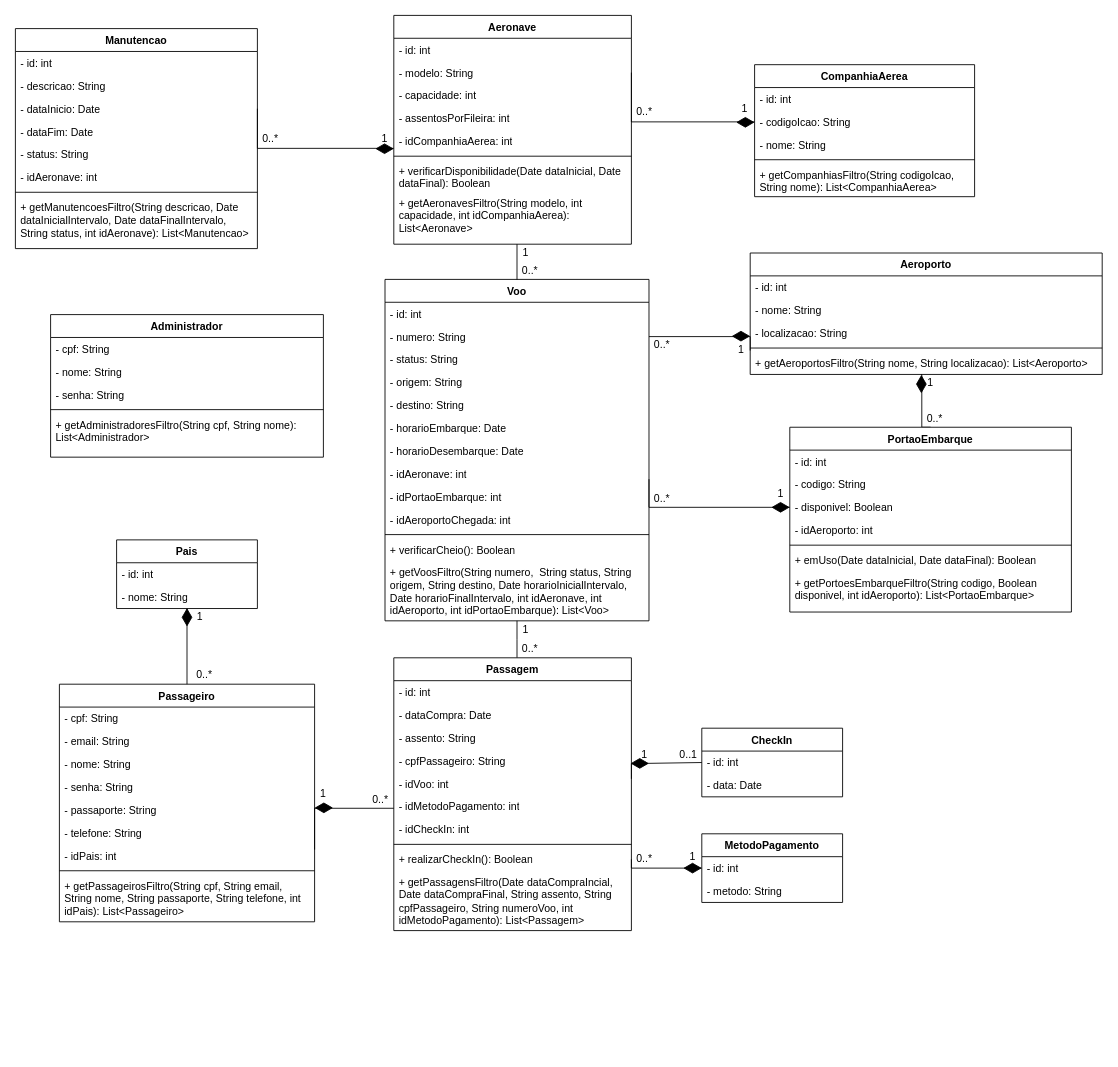
Before: Diagramas/Eng_de_Software/Modelos/Classes.drawio in GabrielGMori/trabalho-conclus-o-ano, a draw.io diagram. Source tidied: cells renumbered, new cells numbered last; positions are measured from the earlier drawing's top-left corner, leaving out a move shared by most shapes. Both pictures are drawn from the tidied source at 88%, with x=0, y=0 at pixel (15, 15).
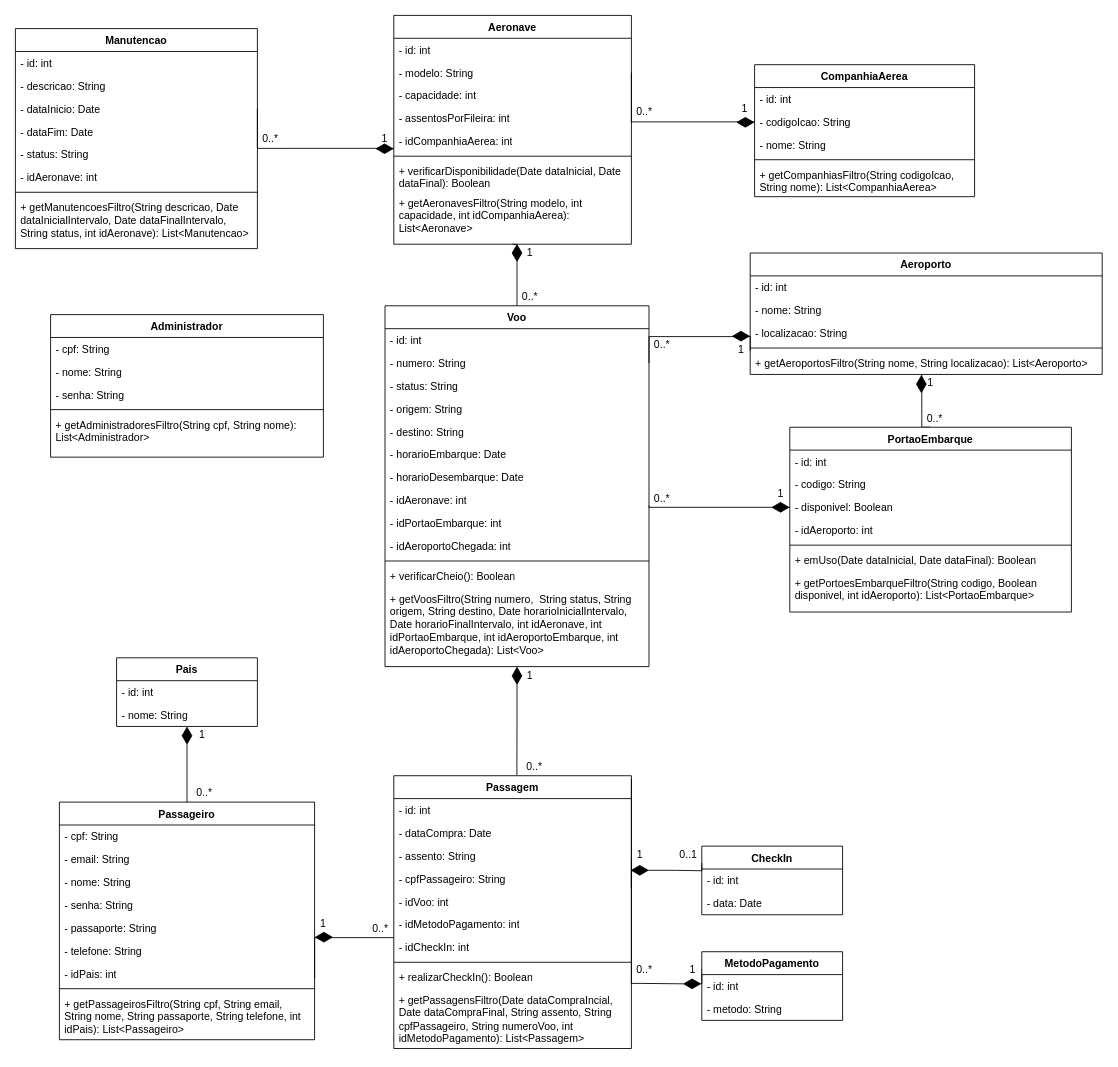
After the change.

The change refers to these unchanged cells:
```xml
<mxCell id="12" value="Aeronave" style="swimlane;fontStyle=1;align=center;verticalAlign=top;horizontal=1;startSize=26;whiteSpace=wrap;html=1;" parent="1" vertex="1">
  <mxGeometry x="430" width="270" height="260" as="geometry" />
</mxCell>
<mxCell id="71" value="- id: int" style="text;strokeColor=none;fillColor=none;align=left;verticalAlign=top;spacingLeft=4;spacingRight=4;overflow=hidden;points=[[0,0.5],[1,0.5]];portConstraint=eastwest;whiteSpace=wrap;html=1;" parent="70" vertex="1">
  <mxGeometry y="26" width="160" height="26" as="geometry" />
</mxCell>
<mxCell id="74" value="- id: int" style="text;strokeColor=none;fillColor=none;align=left;verticalAlign=top;spacingLeft=4;spacingRight=4;overflow=hidden;points=[[0,0.5],[1,0.5]];portConstraint=eastwest;whiteSpace=wrap;html=1;" parent="73" vertex="1">
  <mxGeometry y="26" width="160" height="26" as="geometry" />
</mxCell>
```

Diff of the diagram source:
```diff
@@
-    <mxCell id="11" style="edgeStyle=orthogonalEdgeStyle;rounded=0;jettySize=auto;html=1;entryX=0.5;entryY=0;entryDx=0;entryDy=0;endArrow=none;endFill=0;" parent="1" edge="1" source="12" target="29">
-      <mxGeometry relative="1" as="geometry">
-        <Array as="points">
-          <mxPoint x="570" y="316" />
-        </Array>
-      </mxGeometry>
+    <mxCell id="11" style="edgeStyle=orthogonalEdgeStyle;rounded=0;jettySize=auto;html=1;entryX=0.5;entryY=0;entryDx=0;entryDy=0;endArrow=none;endFill=0;startArrow=none;" parent="1" edge="1" source="140" target="29">
+      <mxGeometry relative="1" as="geometry" />
     </mxCell>
@@
-    <mxCell id="28" style="edgeStyle=orthogonalEdgeStyle;rounded=0;jettySize=auto;html=1;exitX=0.5;exitY=1;exitDx=0;exitDy=0;endArrow=none;endFill=0;" parent="1" edge="1" source="29">
-      <mxGeometry relative="1" as="geometry">
-        <mxPoint x="570" y="730" as="targetPoint" />
-      </mxGeometry>
+    <mxCell id="28" style="edgeStyle=orthogonalEdgeStyle;rounded=0;jettySize=auto;html=1;exitX=0;exitY=0.5;exitDx=0;exitDy=0;endArrow=none;endFill=0;entryX=0.518;entryY=-0.002;entryDx=0;entryDy=0;entryPerimeter=0;startArrow=none;" parent="1" edge="1" source="138" target="59">
+      <mxGeometry relative="1" as="geometry" />
     </mxCell>
     <mxCell id="29" value="Voo" style="swimlane;fontStyle=1;align=center;verticalAlign=top;horizontal=1;startSize=26;whiteSpace=wrap;html=1;" parent="1" vertex="1">
-      <mxGeometry x="420" y="300" width="300" height="388" as="geometry" />
+      <mxGeometry x="420" y="330" width="300" height="410" as="geometry" />
     </mxCell>
@@
-    <mxCell id="42" value="+ getVoosFiltro(String numero,&amp;nbsp; String status, String origem, String destino, Date horarioInicialIntervalo, Date horarioFinalIntervalo, int idAeronave, int idAeroporto, int idPortaoEmbarque): List&amp;lt;Voo&amp;gt;" style="text;strokeColor=none;fillColor=none;align=left;verticalAlign=top;spacingLeft=4;spacingRight=4;overflow=hidden;points=[[0,0.5],[1,0.5]];portConstraint=eastwest;whiteSpace=wrap;html=1;" parent="29" vertex="1">
-      <mxGeometry y="320" width="300" height="68" as="geometry" />
+    <mxCell id="42" value="+ getVoosFiltro(String numero,&amp;nbsp; String status, String origem, String destino, Date horarioInicialIntervalo, Date horarioFinalIntervalo, int idAeronave, int idPortaoEmbarque, int idAeroportoEmbarque, int idAeroportoChegada): List&amp;lt;Voo&amp;gt;" style="text;strokeColor=none;fillColor=none;align=left;verticalAlign=top;spacingLeft=4;spacingRight=4;overflow=hidden;points=[[0,0.5],[1,0.5]];portConstraint=eastwest;whiteSpace=wrap;html=1;" parent="29" vertex="1">
+      <mxGeometry y="320" width="300" height="90" as="geometry" />
     </mxCell>
@@
-    <mxCell id="58" style="edgeStyle=orthogonalEdgeStyle;rounded=0;jettySize=auto;html=1;exitX=1;exitY=0.25;exitDx=0;exitDy=0;entryX=0;entryY=0.5;entryDx=0;entryDy=0;endArrow=none;endFill=0;startArrow=none;" parent="1" edge="1" source="130" target="71">
+    <mxCell id="58" style="edgeStyle=orthogonalEdgeStyle;rounded=0;jettySize=auto;html=1;exitX=1;exitY=0.5;exitDx=0;exitDy=0;entryX=0;entryY=0.25;entryDx=0;entryDy=0;endArrow=none;endFill=0;startArrow=none;" parent="1" edge="1" source="130" target="73">
       <mxGeometry relative="1" as="geometry">
         <Array as="points">
-          <mxPoint x="780" y="850" />
+          <mxPoint x="780" y="1100" />
         </Array>
       </mxGeometry>
     </mxCell>
     <mxCell id="59" value="Passagem" style="swimlane;fontStyle=1;align=center;verticalAlign=top;horizontal=1;startSize=26;whiteSpace=wrap;html=1;" parent="1" vertex="1">
-      <mxGeometry x="430" y="730" width="270" height="310" as="geometry" />
+      <mxGeometry x="430" y="864" width="270" height="310" as="geometry" />
     </mxCell>
@@
     <mxCell id="70" value="CheckIn" style="swimlane;fontStyle=1;align=center;verticalAlign=top;horizontal=1;startSize=26;whiteSpace=wrap;html=1;" parent="1" vertex="1">
-      <mxGeometry x="780" y="810" width="160" height="78" as="geometry" />
+      <mxGeometry x="780" y="944" width="160" height="78" as="geometry" />
     </mxCell>
@@
     <mxCell id="73" value="MetodoPagamento" style="swimlane;fontStyle=1;align=center;verticalAlign=top;horizontal=1;startSize=26;whiteSpace=wrap;html=1;" parent="1" vertex="1">
-      <mxGeometry x="780" y="930" width="160" height="78" as="geometry" />
+      <mxGeometry x="780" y="1064" width="160" height="78" as="geometry" />
     </mxCell>
@@
     <mxCell id="82" value="Passageiro" style="swimlane;fontStyle=1;align=center;verticalAlign=top;horizontal=1;startSize=26;whiteSpace=wrap;html=1;" parent="1" vertex="1">
-      <mxGeometry x="50" y="760" width="290" height="270" as="geometry" />
+      <mxGeometry x="50" y="894" width="290" height="270" as="geometry" />
     </mxCell>
@@
     <mxCell id="92" value="Pais" style="swimlane;fontStyle=1;align=center;verticalAlign=top;horizontal=1;startSize=26;whiteSpace=wrap;html=1;" parent="1" vertex="1">
-      <mxGeometry x="115" y="596" width="160" height="78" as="geometry" />
+      <mxGeometry x="115" y="730" width="160" height="78" as="geometry" />
     </mxCell>
@@
-    <mxCell id="97" style="edgeStyle=orthogonalEdgeStyle;rounded=0;jettySize=auto;html=1;exitX=1;exitY=0.5;exitDx=0;exitDy=0;entryX=0;entryY=0.5;entryDx=0;entryDy=0;endArrow=none;endFill=0;" parent="1" edge="1" target="74">
+    <mxCell id="97" style="edgeStyle=orthogonalEdgeStyle;rounded=0;jettySize=auto;html=1;exitX=1;exitY=0.5;exitDx=0;exitDy=0;endArrow=none;endFill=0;startArrow=none;entryX=0;entryY=0.25;entryDx=0;entryDy=0;" parent="1" edge="1" source="131" target="70">
       <mxGeometry relative="1" as="geometry">
-        <mxPoint x="700" y="959" as="sourcePoint" />
         <Array as="points">
-          <mxPoint x="700" y="969" />
+          <mxPoint x="750" y="972" />
+          <mxPoint x="780" y="972" />
         </Array>
       </mxGeometry>
     </mxCell>
     <mxCell id="98" style="edgeStyle=orthogonalEdgeStyle;rounded=0;jettySize=auto;html=1;endArrow=none;endFill=0;exitX=1;exitY=0.5;exitDx=0;exitDy=0;entryX=1;entryY=1;entryDx=0;entryDy=0;" parent="1" edge="1" target="117">
       <mxGeometry relative="1" as="geometry">
-        <mxPoint x="340" y="948" as="sourcePoint" />
+        <mxPoint x="340" y="1095" as="sourcePoint" />
         <Array as="points">
-          <mxPoint x="340" y="901" />
+          <mxPoint x="340" y="1048" />
         </Array>
       </mxGeometry>
     </mxCell>
-    <mxCell id="99" style="edgeStyle=orthogonalEdgeStyle;rounded=0;jettySize=auto;html=1;endArrow=none;endFill=0;entryX=0.5;entryY=0;entryDx=0;entryDy=0;exitX=0.5;exitY=1;exitDx=0;exitDy=0;" parent="1" edge="1" source="92" target="82">
-      <mxGeometry relative="1" as="geometry" />
+    <mxCell id="99" style="edgeStyle=orthogonalEdgeStyle;rounded=0;jettySize=auto;html=1;endArrow=none;endFill=0;entryX=0.5;entryY=0;entryDx=0;entryDy=0;exitX=0;exitY=0.5;exitDx=0;exitDy=0;startArrow=none;" parent="1" edge="1" source="133" target="82">
+      <mxGeometry relative="1" as="geometry">
+        <Array as="points">
+          <mxPoint x="195" y="850" />
+          <mxPoint x="195" y="850" />
+        </Array>
+      </mxGeometry>
     </mxCell>
@@
     <mxCell id="105" value="1" style="text;html=1;align=center;verticalAlign=middle;whiteSpace=wrap;rounded=0;" parent="1" vertex="1">
-      <mxGeometry x="570" y="260" width="20" height="20" as="geometry" />
+      <mxGeometry x="575" y="260" width="20" height="20" as="geometry" />
     </mxCell>
@@
     <mxCell id="107" value="0..*" style="text;html=1;align=center;verticalAlign=middle;whiteSpace=wrap;rounded=0;" parent="1" vertex="1">
-      <mxGeometry x="570" y="280" width="30" height="20" as="geometry" />
+      <mxGeometry x="570" y="310" width="30" height="20" as="geometry" />
     </mxCell>
@@
+    <mxCell id="134" style="edgeStyle=none;html=1;" parent="1" edge="1" source="110" target="42">
+      <mxGeometry relative="1" as="geometry" />
+    </mxCell>
     <mxCell id="110" value="1" style="text;html=1;align=center;verticalAlign=middle;whiteSpace=wrap;rounded=0;" parent="1" vertex="1">
-      <mxGeometry x="570" y="688" width="20" height="20" as="geometry" />
+      <mxGeometry x="575" y="740.5" width="20" height="20" as="geometry" />
     </mxCell>
     <mxCell id="111" value="0..*" style="text;html=1;align=center;verticalAlign=middle;whiteSpace=wrap;rounded=0;" parent="1" vertex="1">
-      <mxGeometry x="570" y="710" width="30" height="20" as="geometry" />
+      <mxGeometry x="575" y="844" width="30" height="20" as="geometry" />
     </mxCell>
     <mxCell id="112" value="1" style="text;html=1;align=center;verticalAlign=middle;whiteSpace=wrap;rounded=0;" parent="1" vertex="1">
-      <mxGeometry x="705" y="830" width="20" height="20" as="geometry" />
+      <mxGeometry x="699.5" y="944" width="20" height="20" as="geometry" />
     </mxCell>
     <mxCell id="113" value="0..1" style="text;html=1;align=center;verticalAlign=middle;whiteSpace=wrap;rounded=0;" parent="1" vertex="1">
-      <mxGeometry x="750" y="830" width="30" height="20" as="geometry" />
+      <mxGeometry x="750" y="944" width="30" height="20" as="geometry" />
     </mxCell>
     <mxCell id="114" value="1" style="text;html=1;align=center;verticalAlign=middle;whiteSpace=wrap;rounded=0;" parent="1" vertex="1">
-      <mxGeometry x="760" y="946" width="20" height="20" as="geometry" />
+      <mxGeometry x="760" y="1075" width="20" height="20" as="geometry" />
     </mxCell>
     <mxCell id="115" value="0..*" style="text;html=1;align=center;verticalAlign=middle;whiteSpace=wrap;rounded=0;" parent="1" vertex="1">
-      <mxGeometry x="700" y="948" width="30" height="20" as="geometry" />
+      <mxGeometry x="700" y="1075" width="30" height="20" as="geometry" />
     </mxCell>
     <mxCell id="116" value="1" style="text;html=1;align=center;verticalAlign=middle;whiteSpace=wrap;rounded=0;" parent="1" vertex="1">
-      <mxGeometry x="340" y="875" width="20" height="20" as="geometry" />
+      <mxGeometry x="340" y="1022" width="20" height="20" as="geometry" />
     </mxCell>
     <mxCell id="117" value="0..*" style="text;html=1;align=center;verticalAlign=middle;whiteSpace=wrap;rounded=0;" parent="1" vertex="1">
-      <mxGeometry x="400" y="881" width="30" height="20" as="geometry" />
+      <mxGeometry x="400" y="1028" width="30" height="20" as="geometry" />
     </mxCell>
     <mxCell id="118" value="1" style="text;html=1;align=center;verticalAlign=middle;whiteSpace=wrap;rounded=0;" parent="1" vertex="1">
-      <mxGeometry x="200" y="674" width="20" height="20" as="geometry" />
+      <mxGeometry x="204.5" y="808" width="15" height="20" as="geometry" />
     </mxCell>
     <mxCell id="119" value="0..*" style="text;html=1;align=center;verticalAlign=middle;whiteSpace=wrap;rounded=0;" parent="1" vertex="1">
-      <mxGeometry x="200" y="740" width="30" height="20" as="geometry" />
+      <mxGeometry x="200" y="874" width="30" height="20" as="geometry" />
     </mxCell>
@@
     <mxCell id="129" style="edgeStyle=orthogonalEdgeStyle;rounded=0;jettySize=auto;html=1;exitX=1;exitY=0.25;exitDx=0;exitDy=0;entryX=0;entryY=0.5;entryDx=0;entryDy=0;endArrow=none;endFill=0;" parent="1" edge="1" target="130">
       <mxGeometry relative="1" as="geometry">
         <mxPoint x="700" y="867.5" as="sourcePoint" />
         <Array as="points">
-          <mxPoint x="700" y="850" />
+          <mxPoint x="700" y="1100" />
+          <mxPoint x="711" y="1100" />
         </Array>
       </mxGeometry>
     </mxCell>
     <mxCell id="130" style="rhombus;whiteSpace=wrap;html=1;fillColor=#000000;rotation=0;" parent="1" vertex="1">
-      <mxGeometry x="700" y="844.5" width="19" height="11" as="geometry" />
+      <mxGeometry x="759.5" y="1095" width="19" height="11" as="geometry" />
     </mxCell>
+    <mxCell id="132" style="rhombus;whiteSpace=wrap;html=1;fillColor=#000000;rotation=0;" parent="1" vertex="1">
+      <mxGeometry x="341" y="1042" width="19" height="11" as="geometry" />
+    </mxCell>
+    <mxCell id="135" style="edgeStyle=orthogonalEdgeStyle;rounded=0;jettySize=auto;html=1;exitX=1;exitY=0.5;exitDx=0;exitDy=0;entryX=0;entryY=0.5;entryDx=0;entryDy=0;endArrow=none;endFill=0;" parent="1" edge="1" target="131">
+      <mxGeometry relative="1" as="geometry">
+        <mxPoint x="700" y="959" as="sourcePoint" />
+        <Array as="points">
+          <mxPoint x="700" y="969" />
+          <mxPoint x="700" y="969" />
+          <mxPoint x="700" y="991" />
+        </Array>
+      </mxGeometry>
+    </mxCell>
     <mxCell id="131" style="rhombus;whiteSpace=wrap;html=1;fillColor=#000000;rotation=0;" parent="1" vertex="1">
-      <mxGeometry x="760" y="963.5" width="19" height="11" as="geometry" />
+      <mxGeometry x="700" y="966" width="19" height="11" as="geometry" />
     </mxCell>
-    <mxCell id="132" style="rhombus;whiteSpace=wrap;html=1;fillColor=#000000;rotation=0;" parent="1" vertex="1">
-      <mxGeometry x="341" y="895" width="19" height="11" as="geometry" />
-    </mxCell>
+    <mxCell id="136" style="edgeStyle=orthogonalEdgeStyle;rounded=0;jettySize=auto;html=1;endArrow=none;endFill=0;entryX=1;entryY=0.5;entryDx=0;entryDy=0;exitX=0.5;exitY=1;exitDx=0;exitDy=0;" parent="1" edge="1" source="92" target="133">
+      <mxGeometry relative="1" as="geometry">
+        <Array as="points">
+          <mxPoint x="195" y="808" />
+        </Array>
+      </mxGeometry>
+    </mxCell>
     <mxCell id="133" style="rhombus;whiteSpace=wrap;html=1;fillColor=#000000;rotation=-90;" parent="1" vertex="1">
-      <mxGeometry x="185.5" y="678.5" width="19" height="11" as="geometry" />
+      <mxGeometry x="185.5" y="813" width="19" height="11" as="geometry" />
     </mxCell>
+    <mxCell id="137" style="edgeStyle=orthogonalEdgeStyle;rounded=0;jettySize=auto;html=1;exitX=0.5;exitY=1;exitDx=0;exitDy=0;endArrow=none;endFill=0;entryX=1;entryY=0.5;entryDx=0;entryDy=0;" parent="1" edge="1" source="29" target="138">
+      <mxGeometry relative="1" as="geometry" />
+    </mxCell>
+    <mxCell id="138" style="rhombus;whiteSpace=wrap;html=1;fillColor=#000000;rotation=-90;" parent="1" vertex="1">
+      <mxGeometry x="560.5" y="745" width="19" height="11" as="geometry" />
+    </mxCell>
+    <mxCell id="139" style="edgeStyle=orthogonalEdgeStyle;rounded=0;jettySize=auto;html=1;entryX=1;entryY=0.5;entryDx=0;entryDy=0;endArrow=none;endFill=0;" parent="1" edge="1" source="12" target="140">
+      <mxGeometry relative="1" as="geometry">
+        <Array as="points">
+          <mxPoint x="565" y="261" />
+        </Array>
+      </mxGeometry>
+    </mxCell>
+    <mxCell id="140" style="rhombus;whiteSpace=wrap;html=1;fillColor=#000000;rotation=-90;" parent="1" vertex="1">
+      <mxGeometry x="560.5" y="264.5" width="19" height="11" as="geometry" />
+    </mxCell>
```
